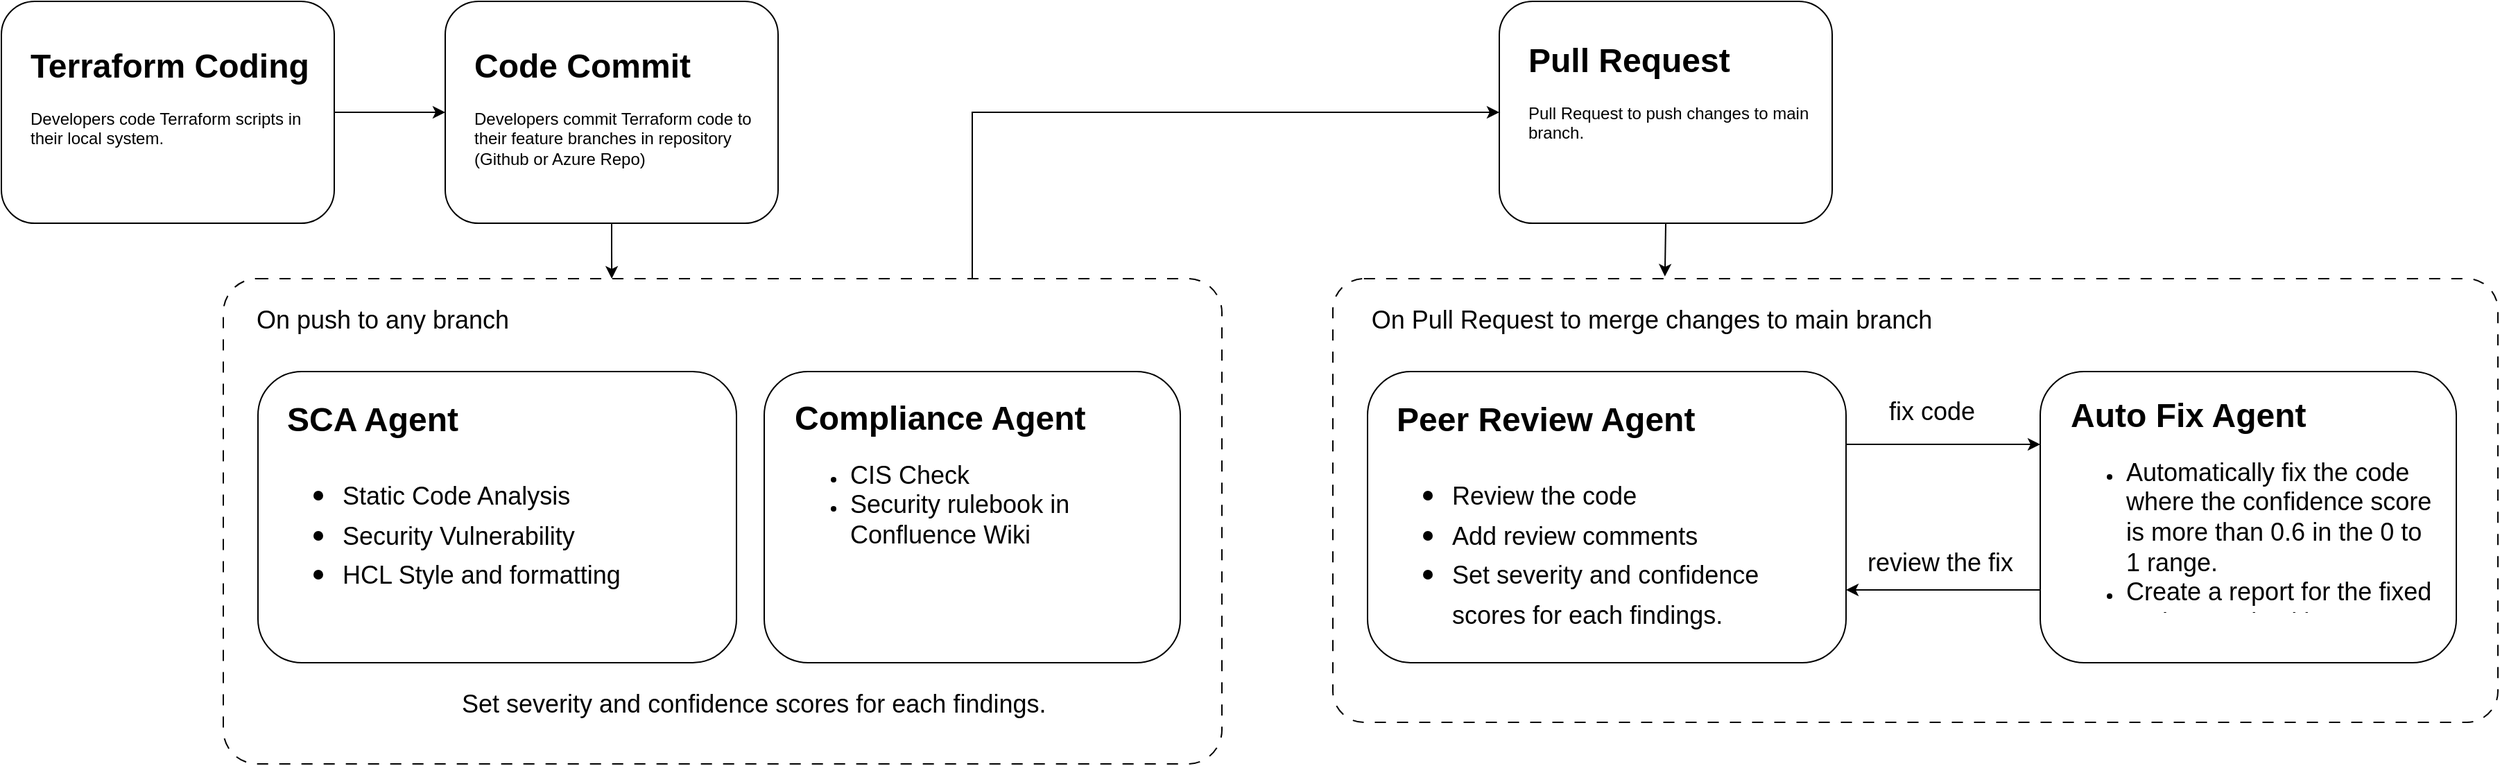
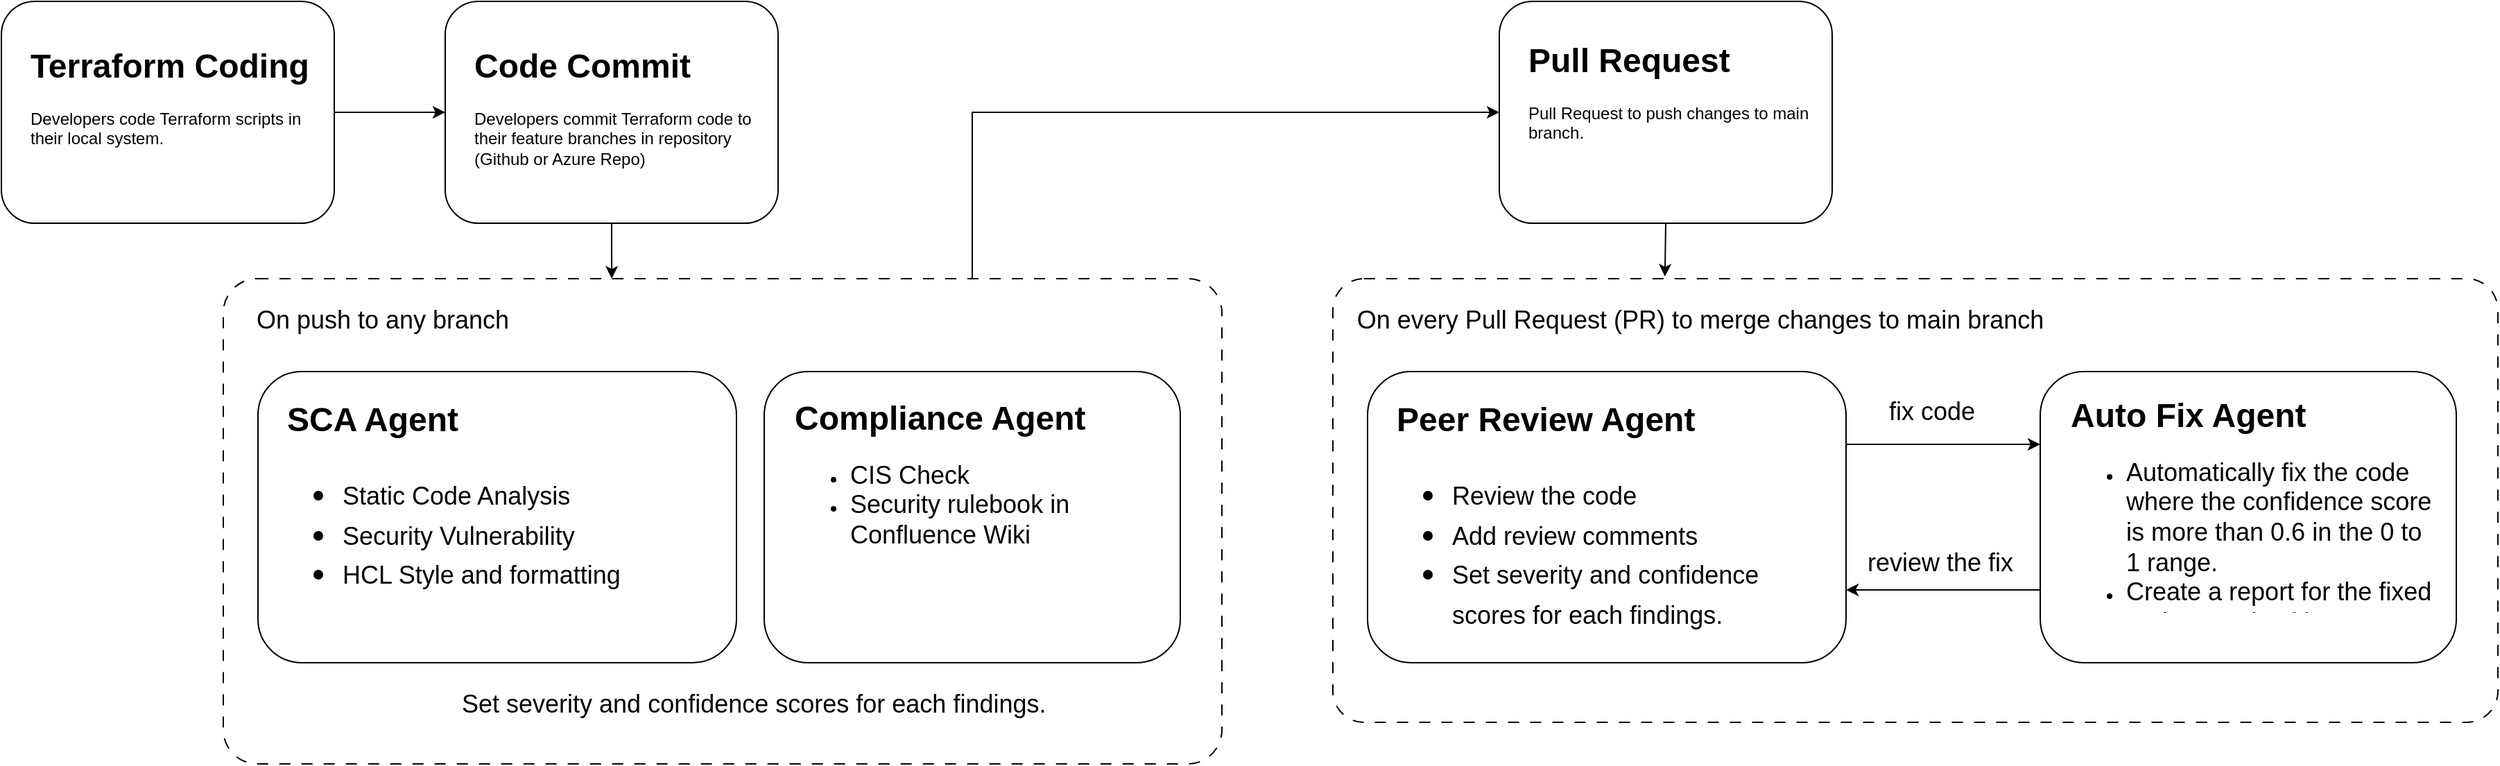
<mxfile host="app.diagrams.net">
  <diagram name="Page-1" id="llQ14HlxIDWXj9B5HY60">
    <mxGraphModel dx="1006" dy="638" grid="1" gridSize="10" guides="1" tooltips="1" connect="1" arrows="1" fold="1" page="1" pageScale="1" pageWidth="850" pageHeight="1100" math="0" shadow="0">
      <root>
        <mxCell id="0" />
        <mxCell id="1" parent="0" />
        <mxCell id="IWc9zJM8tDhvkjJ2dRjy-13" edge="1" parent="1" source="IWc9zJM8tDhvkjJ2dRjy-5" style="edgeStyle=orthogonalEdgeStyle;rounded=0;orthogonalLoop=1;jettySize=auto;html=1;entryX=0;entryY=0.5;entryDx=0;entryDy=0;exitX=0.75;exitY=0;exitDx=0;exitDy=0;" target="IWc9zJM8tDhvkjJ2dRjy-1">
          <mxGeometry relative="1" as="geometry" />
        </mxCell>
        <mxCell id="oJW8UGhNAXkty13G2p3x-1" parent="1" style="rounded=1;whiteSpace=wrap;html=1;" value="" vertex="1">
          <mxGeometry height="160" width="240" x="440" y="200" as="geometry" />
        </mxCell>
        <mxCell id="oJW8UGhNAXkty13G2p3x-3" parent="1" style="text;html=1;whiteSpace=wrap;overflow=hidden;rounded=0;" value="&lt;h1 style=&quot;margin-top: 0px;&quot;&gt;Code Commit&lt;/h1&gt;&lt;p&gt;Developers commit Terraform code to their feature branches in repository (Github or Azure Repo)&lt;/p&gt;" vertex="1">
          <mxGeometry height="100" width="210" x="459" y="226" as="geometry" />
        </mxCell>
        <mxCell id="IWc9zJM8tDhvkjJ2dRjy-1" parent="1" style="rounded=1;whiteSpace=wrap;html=1;" value="" vertex="1">
          <mxGeometry height="160" width="240" x="1200" y="200" as="geometry" />
        </mxCell>
        <mxCell id="IWc9zJM8tDhvkjJ2dRjy-2" parent="1" style="text;html=1;whiteSpace=wrap;overflow=hidden;rounded=0;" value="&lt;h1 style=&quot;margin-top: 0px;&quot;&gt;Pull Request&lt;/h1&gt;&lt;p&gt;Pull Request to push changes to main branch.&lt;/p&gt;" vertex="1">
          <mxGeometry height="100" width="210" x="1219" y="222" as="geometry" />
        </mxCell>
        <mxCell id="IWc9zJM8tDhvkjJ2dRjy-12" edge="1" parent="1" source="IWc9zJM8tDhvkjJ2dRjy-3" style="edgeStyle=orthogonalEdgeStyle;rounded=0;orthogonalLoop=1;jettySize=auto;html=1;exitX=1;exitY=0.5;exitDx=0;exitDy=0;entryX=0;entryY=0.5;entryDx=0;entryDy=0;" target="oJW8UGhNAXkty13G2p3x-1">
          <mxGeometry relative="1" as="geometry" />
        </mxCell>
        <mxCell id="IWc9zJM8tDhvkjJ2dRjy-3" parent="1" style="rounded=1;whiteSpace=wrap;html=1;" value="" vertex="1">
          <mxGeometry height="160" width="240" x="120" y="200" as="geometry" />
        </mxCell>
        <mxCell id="IWc9zJM8tDhvkjJ2dRjy-4" parent="1" style="text;html=1;whiteSpace=wrap;overflow=hidden;rounded=0;" value="&lt;h1 style=&quot;margin-top: 0px;&quot;&gt;Terraform Coding&lt;/h1&gt;&lt;p&gt;Developers code Terraform scripts in their local system.&lt;/p&gt;" vertex="1">
          <mxGeometry height="100" width="210" x="139" y="226" as="geometry" />
        </mxCell>
        <mxCell id="IWc9zJM8tDhvkjJ2dRjy-5" parent="1" style="rounded=1;whiteSpace=wrap;html=1;arcSize=7;dashed=1;dashPattern=8 8;" value="" vertex="1">
          <mxGeometry height="350" width="720" x="280" y="400" as="geometry" />
        </mxCell>
        <mxCell id="IWc9zJM8tDhvkjJ2dRjy-6" parent="1" style="text;html=1;whiteSpace=wrap;strokeColor=none;fillColor=none;align=center;verticalAlign=middle;rounded=0;" value="&lt;font style=&quot;font-size: 18px;&quot;&gt;On push to any branch&lt;/font&gt;" vertex="1">
          <mxGeometry height="30" width="210" x="290" y="415" as="geometry" />
        </mxCell>
        <mxCell id="IWc9zJM8tDhvkjJ2dRjy-7" parent="1" style="rounded=1;whiteSpace=wrap;html=1;" value="" vertex="1">
          <mxGeometry height="210" width="345" x="305" y="467" as="geometry" />
        </mxCell>
        <mxCell id="IWc9zJM8tDhvkjJ2dRjy-8" parent="1" style="text;html=1;whiteSpace=wrap;overflow=hidden;rounded=0;" value="&lt;h1 style=&quot;margin-top: 0px;&quot;&gt;SCA Agent&lt;/h1&gt;&lt;h1 style=&quot;margin-top: 0px;&quot;&gt;&lt;p style=&quot;font-size: 12px; font-weight: 400;&quot;&gt;&lt;/p&gt;&lt;ul&gt;&lt;li&gt;&lt;span style=&quot;font-size: 18px; font-weight: normal;&quot;&gt;Static Code Analysis&lt;/span&gt;&lt;/li&gt;&lt;li&gt;&lt;span style=&quot;font-size: 18px; font-weight: normal;&quot;&gt;Security Vulnerability&lt;/span&gt;&lt;/li&gt;&lt;li&gt;&lt;span style=&quot;font-size: 18px; font-weight: normal;&quot;&gt;HCL Style and formatting&lt;/span&gt;&lt;/li&gt;&lt;/ul&gt;&lt;p&gt;&lt;/p&gt;&lt;/h1&gt;" vertex="1">
          <mxGeometry height="183" width="306" x="324" y="481" as="geometry" />
        </mxCell>
        <mxCell id="IWc9zJM8tDhvkjJ2dRjy-9" parent="1" style="rounded=1;whiteSpace=wrap;html=1;" value="" vertex="1">
          <mxGeometry height="210" width="300" x="670" y="467" as="geometry" />
        </mxCell>
        <mxCell id="IWc9zJM8tDhvkjJ2dRjy-10" parent="1" style="text;html=1;whiteSpace=wrap;overflow=hidden;rounded=0;" value="&lt;h1 style=&quot;margin-top: 0px;&quot;&gt;Compliance Agent&lt;/h1&gt;&lt;p&gt;&lt;/p&gt;&lt;ul&gt;&lt;li&gt;&lt;span style=&quot;font-size: 18px;&quot;&gt;CIS Check&lt;/span&gt;&lt;/li&gt;&lt;li&gt;&lt;span style=&quot;font-size: 18px;&quot;&gt;Security rulebook in Confluence Wiki&lt;/span&gt;&lt;/li&gt;&lt;/ul&gt;&lt;p&gt;&lt;/p&gt;" vertex="1">
          <mxGeometry height="180" width="269" x="690" y="480" as="geometry" />
        </mxCell>
        <mxCell id="IWc9zJM8tDhvkjJ2dRjy-11" edge="1" parent="1" source="oJW8UGhNAXkty13G2p3x-1" style="edgeStyle=orthogonalEdgeStyle;rounded=0;orthogonalLoop=1;jettySize=auto;html=1;exitX=0.5;exitY=1;exitDx=0;exitDy=0;entryX=0.389;entryY=0;entryDx=0;entryDy=0;entryPerimeter=0;" target="IWc9zJM8tDhvkjJ2dRjy-5">
          <mxGeometry relative="1" as="geometry" />
        </mxCell>
        <mxCell id="IWc9zJM8tDhvkjJ2dRjy-14" parent="1" style="rounded=1;whiteSpace=wrap;html=1;arcSize=7;dashed=1;dashPattern=8 8;" value="" vertex="1">
          <mxGeometry height="320" width="840" x="1080" y="400" as="geometry" />
        </mxCell>
-         <mxCell id="IWc9zJM8tDhvkjJ2dRjy-15" parent="1" style="text;html=1;whiteSpace=wrap;strokeColor=none;fillColor=none;align=center;verticalAlign=middle;rounded=0;" value="&lt;font style=&quot;font-size: 18px;&quot;&gt;On Pull Request to merge changes to main branch&lt;/font&gt;" vertex="1">
-           <mxGeometry height="30" width="440" x="1090" y="415" as="geometry" />
+         <mxCell id="IWc9zJM8tDhvkjJ2dRjy-15" parent="1" style="text;html=1;whiteSpace=wrap;strokeColor=none;fillColor=none;align=center;verticalAlign=middle;rounded=0;" value="&lt;font style=&quot;font-size: 18px;&quot;&gt;On every Pull Request (PR) to merge changes to main branch&lt;/font&gt;" vertex="1">
+           <mxGeometry height="30" width="510" x="1090" y="415" as="geometry" />
        </mxCell>
        <mxCell id="IWc9zJM8tDhvkjJ2dRjy-22" edge="1" parent="1" source="IWc9zJM8tDhvkjJ2dRjy-16" style="edgeStyle=orthogonalEdgeStyle;rounded=0;orthogonalLoop=1;jettySize=auto;html=1;exitX=1;exitY=0.25;exitDx=0;exitDy=0;entryX=0;entryY=0.25;entryDx=0;entryDy=0;" target="IWc9zJM8tDhvkjJ2dRjy-18">
          <mxGeometry relative="1" as="geometry" />
        </mxCell>
        <mxCell id="IWc9zJM8tDhvkjJ2dRjy-16" parent="1" style="rounded=1;whiteSpace=wrap;html=1;" value="" vertex="1">
          <mxGeometry height="210" width="345" x="1105" y="467" as="geometry" />
        </mxCell>
        <mxCell id="IWc9zJM8tDhvkjJ2dRjy-17" parent="1" style="text;html=1;whiteSpace=wrap;overflow=hidden;rounded=0;" value="&lt;h1 style=&quot;margin-top: 0px;&quot;&gt;Peer Review Agent&lt;/h1&gt;&lt;h1 style=&quot;margin-top: 0px;&quot;&gt;&lt;p style=&quot;font-size: 12px; font-weight: 400;&quot;&gt;&lt;/p&gt;&lt;ul&gt;&lt;li&gt;&lt;span style=&quot;font-size: 18px; font-weight: 400;&quot;&gt;Review the code&lt;/span&gt;&lt;/li&gt;&lt;li&gt;&lt;span style=&quot;font-size: 18px; font-weight: 400;&quot;&gt;Add review comments&lt;/span&gt;&lt;/li&gt;&lt;li&gt;&lt;span style=&quot;font-size: 18px; font-weight: 400;&quot;&gt;Set severity and confidence scores for each findings.&lt;/span&gt;&lt;/li&gt;&lt;/ul&gt;&lt;p&gt;&lt;/p&gt;&lt;/h1&gt;" vertex="1">
          <mxGeometry height="179" width="306" x="1124" y="481" as="geometry" />
        </mxCell>
        <mxCell id="IWc9zJM8tDhvkjJ2dRjy-23" edge="1" parent="1" source="IWc9zJM8tDhvkjJ2dRjy-18" style="edgeStyle=orthogonalEdgeStyle;rounded=0;orthogonalLoop=1;jettySize=auto;html=1;exitX=0;exitY=0.75;exitDx=0;exitDy=0;entryX=1;entryY=0.75;entryDx=0;entryDy=0;" target="IWc9zJM8tDhvkjJ2dRjy-16">
          <mxGeometry relative="1" as="geometry" />
        </mxCell>
        <mxCell id="IWc9zJM8tDhvkjJ2dRjy-18" parent="1" style="rounded=1;whiteSpace=wrap;html=1;" value="" vertex="1">
          <mxGeometry height="210" width="300" x="1590" y="467" as="geometry" />
        </mxCell>
        <mxCell id="IWc9zJM8tDhvkjJ2dRjy-19" parent="1" style="text;html=1;whiteSpace=wrap;overflow=hidden;rounded=0;" value="&lt;h1 style=&quot;margin-top: 0px;&quot;&gt;Auto Fix Agent&lt;/h1&gt;&lt;p&gt;&lt;/p&gt;&lt;ul&gt;&lt;li&gt;&lt;span style=&quot;font-size: 18px;&quot;&gt;Automatically fix the code where the confidence score is more than 0.6 in the 0 to 1 range.&lt;/span&gt;&lt;/li&gt;&lt;li&gt;&lt;span style=&quot;font-size: 18px;&quot;&gt;Create a report for the fixed and unresolved items.&lt;/span&gt;&lt;/li&gt;&lt;/ul&gt;&lt;p&gt;&lt;/p&gt;" vertex="1">
          <mxGeometry height="160" width="269" x="1610" y="478" as="geometry" />
        </mxCell>
        <mxCell id="IWc9zJM8tDhvkjJ2dRjy-20" parent="1" style="text;whiteSpace=wrap;fontSize=18;" value="Set severity and confidence scores for each findings." vertex="1">
          <mxGeometry height="40" width="440" x="450" y="690" as="geometry" />
        </mxCell>
        <mxCell id="IWc9zJM8tDhvkjJ2dRjy-21" edge="1" parent="1" source="IWc9zJM8tDhvkjJ2dRjy-1" style="edgeStyle=orthogonalEdgeStyle;rounded=0;orthogonalLoop=1;jettySize=auto;html=1;exitX=0.5;exitY=1;exitDx=0;exitDy=0;entryX=0.285;entryY=-0.005;entryDx=0;entryDy=0;entryPerimeter=0;" target="IWc9zJM8tDhvkjJ2dRjy-14">
          <mxGeometry relative="1" as="geometry" />
        </mxCell>
        <mxCell id="IWc9zJM8tDhvkjJ2dRjy-24" parent="1" style="text;html=1;whiteSpace=wrap;strokeColor=none;fillColor=none;align=center;verticalAlign=middle;rounded=0;" value="&lt;font style=&quot;font-size: 18px;&quot;&gt;fix code&lt;/font&gt;" vertex="1">
          <mxGeometry height="30" width="120" x="1452" y="481" as="geometry" />
        </mxCell>
        <mxCell id="IWc9zJM8tDhvkjJ2dRjy-25" parent="1" style="text;html=1;whiteSpace=wrap;strokeColor=none;fillColor=none;align=center;verticalAlign=middle;rounded=0;" value="&lt;font style=&quot;font-size: 18px;&quot;&gt;review the fix&lt;/font&gt;" vertex="1">
          <mxGeometry height="30" width="120" x="1458" y="590" as="geometry" />
        </mxCell>
      </root>
    </mxGraphModel>
  </diagram>
</mxfile>
